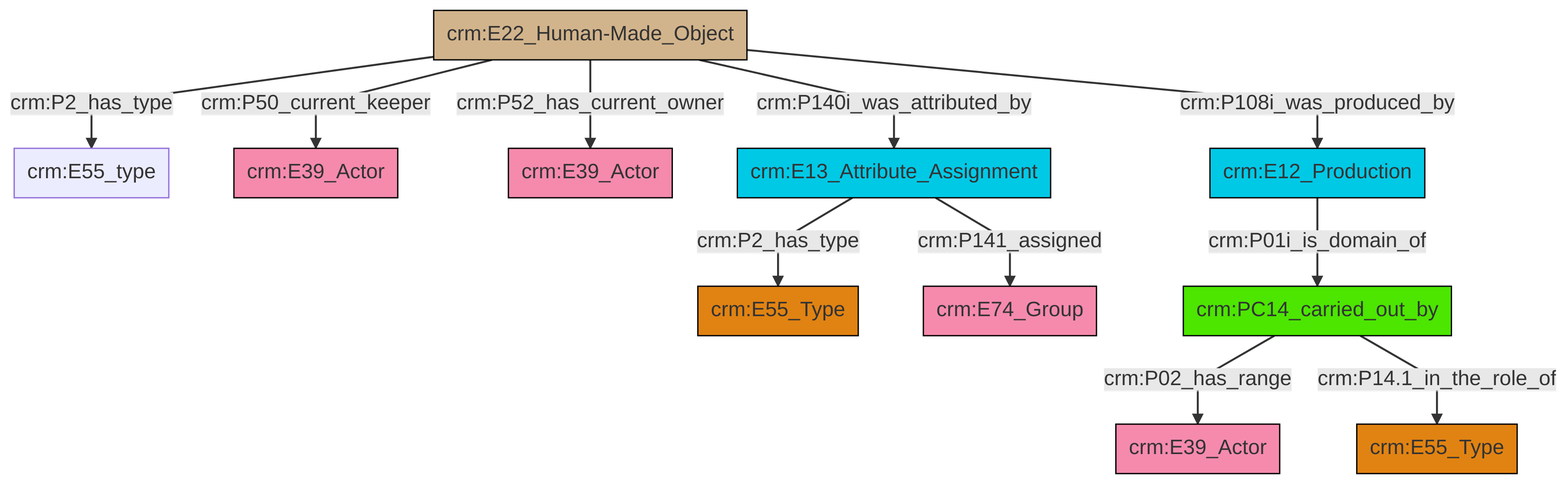
swiss-art-research-net/reference-data-models keeps this Mermaid diagram as et/artworkCSV/ttl/mmd/png/Artwork_Actor_Relations.png. Above is the earlier version. Its source is kept beside it as et/artworkCSV/ttl/mmd/Artwork_Actor_Relations.ttl.mmd.
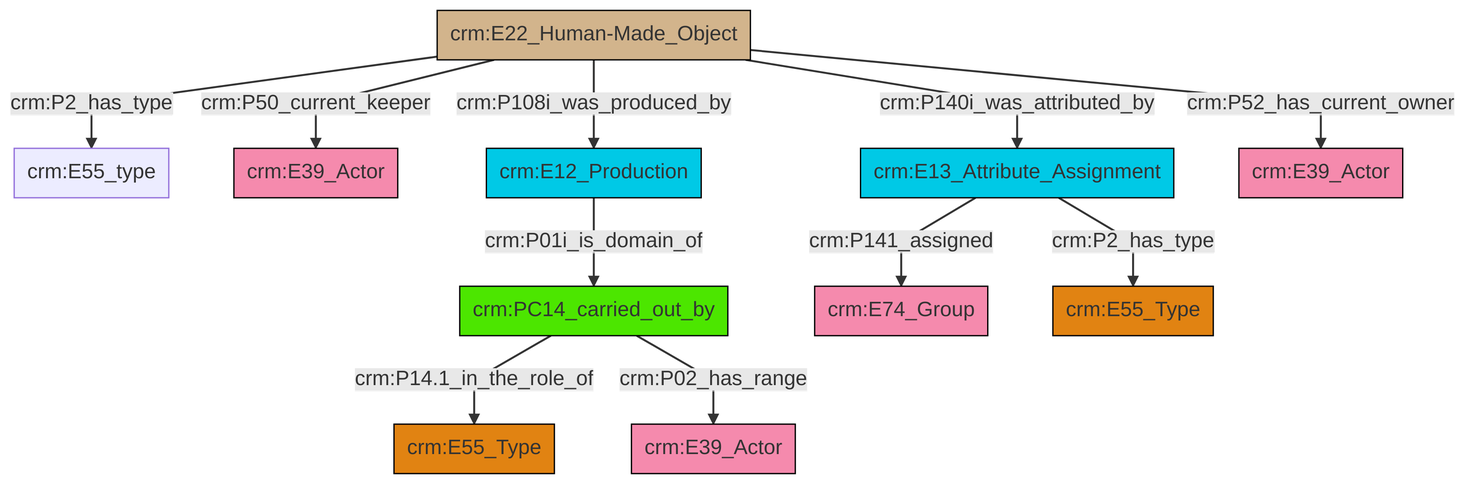
After the commit.

What changed in the source:
```diff
@@ -13,13 +13,13 @@
 classDef PC_Classes fill:#4ce600, stroke:#000000;
 classDef Multi fill:#cccccc,stroke:#000000;
 
-4["crm:E22_Human-Made_Object"]:::Physical_Thing -->|crm:P2_has_type| 5["crm:E55_type"]:::Default
-6["crm:E13_Attribute_Assignment"]:::Temporal_Entity -->|crm:P2_has_type| 2["crm:E55_Type"]:::Type
-9["crm:PC14_carried_out_by"]:::PC_Classes -->|crm:P02_has_range| 10["crm:E39_Actor"]:::Actor
-4["crm:E22_Human-Made_Object"]:::Physical_Thing -->|crm:P50_current_keeper| 0["crm:E39_Actor"]:::Actor
-15["crm:E12_Production"]:::Temporal_Entity -->|crm:P01i_is_domain_of| 9["crm:PC14_carried_out_by"]:::PC_Classes
-4["crm:E22_Human-Made_Object"]:::Physical_Thing -->|crm:P52_has_current_owner| 19["crm:E39_Actor"]:::Actor
-4["crm:E22_Human-Made_Object"]:::Physical_Thing -->|crm:P140i_was_attributed_by| 6["crm:E13_Attribute_Assignment"]:::Temporal_Entity
-6["crm:E13_Attribute_Assignment"]:::Temporal_Entity -->|crm:P141_assigned| 12["crm:E74_Group"]:::Actor
-4["crm:E22_Human-Made_Object"]:::Physical_Thing -->|crm:P108i_was_produced_by| 15["crm:E12_Production"]:::Temporal_Entity
-9["crm:PC14_carried_out_by"]:::PC_Classes -->|crm:P14.1_in_the_role_of| 7["crm:E55_Type"]:::Type
+2["crm:E22_Human-Made_Object"]:::Physical_Thing -->|crm:P2_has_type| 0["crm:E55_type"]:::Default
+2["crm:E22_Human-Made_Object"]:::Physical_Thing -->|crm:P50_current_keeper| 3["crm:E39_Actor"]:::Actor
+4["crm:PC14_carried_out_by"]:::PC_Classes -->|crm:P14.1_in_the_role_of| 5["crm:E55_Type"]:::Type
+8["crm:E12_Production"]:::Temporal_Entity -->|crm:P01i_is_domain_of| 4["crm:PC14_carried_out_by"]:::PC_Classes
+9["crm:E13_Attribute_Assignment"]:::Temporal_Entity -->|crm:P141_assigned| 10["crm:E74_Group"]:::Actor
+9["crm:E13_Attribute_Assignment"]:::Temporal_Entity -->|crm:P2_has_type| 13["crm:E55_Type"]:::Type
+2["crm:E22_Human-Made_Object"]:::Physical_Thing -->|crm:P108i_was_produced_by| 8["crm:E12_Production"]:::Temporal_Entity
+2["crm:E22_Human-Made_Object"]:::Physical_Thing -->|crm:P140i_was_attributed_by| 9["crm:E13_Attribute_Assignment"]:::Temporal_Entity
+2["crm:E22_Human-Made_Object"]:::Physical_Thing -->|crm:P52_has_current_owner| 20["crm:E39_Actor"]:::Actor
+4["crm:PC14_carried_out_by"]:::PC_Classes -->|crm:P02_has_range| 11["crm:E39_Actor"]:::Actor
```
